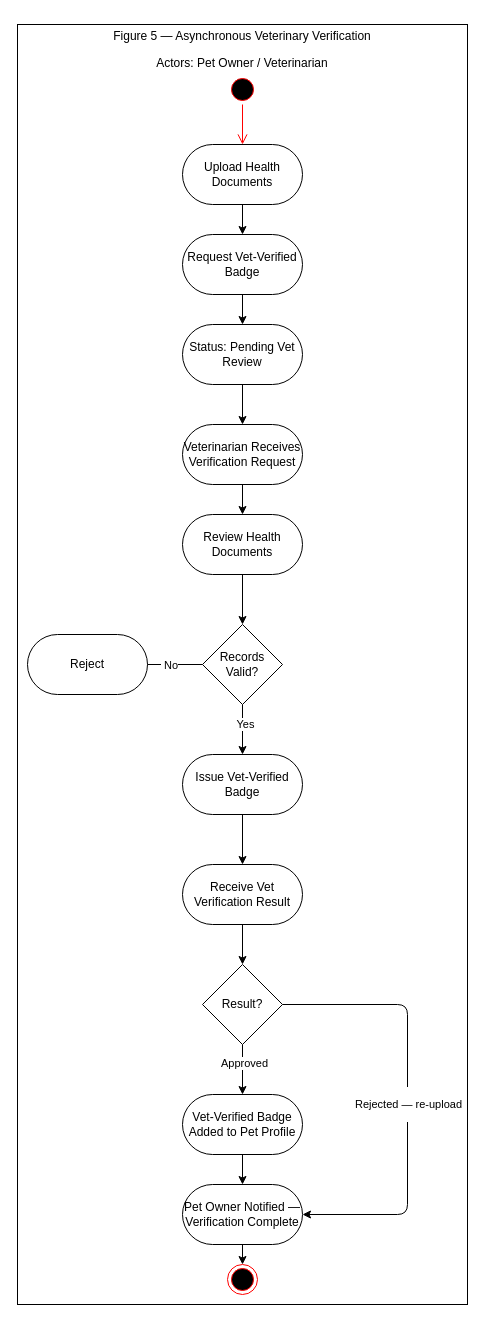
Earlier version of the draw.io diagram ActivityDiagram_Figure5_USALLA.drawio (Chels013/Breedr-Diagrams). Source tidied: cells renumbered, new cells numbered last; positions are measured from the earlier drawing's top-left corner, leaving out a move shared by most shapes. Both pictures are drawn from the tidied source at 100%, with x=0, y=0 at pixel (17, 24).
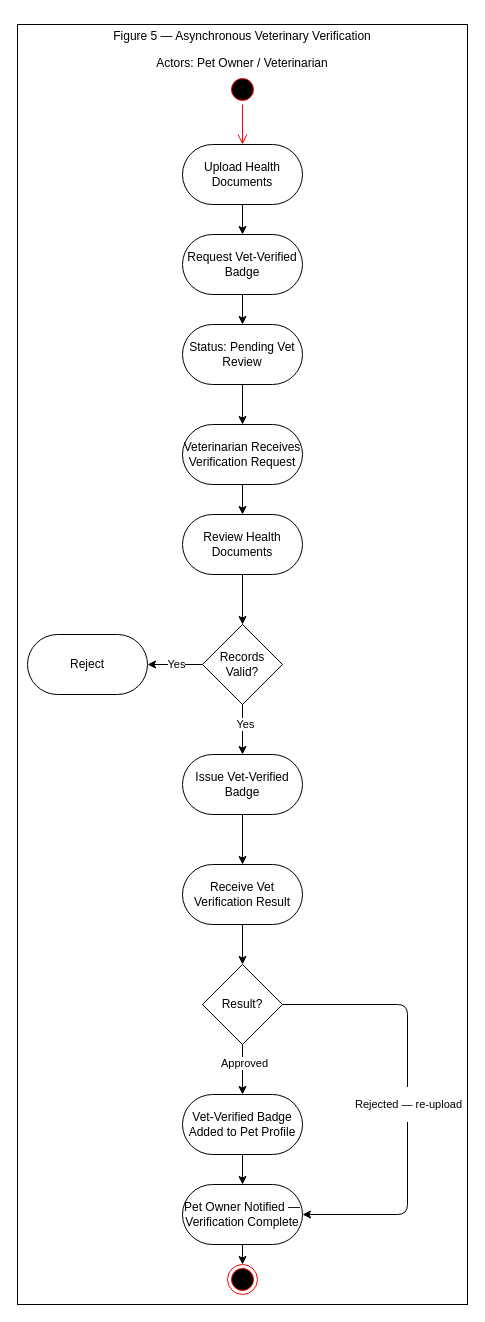
The same page after the edit.

The change refers to these unchanged cells:
```xml
<mxCell id="18" value="&lt;p&gt;Records Valid?&lt;/p&gt;" style="rhombus;whiteSpace=wrap;html=1;" parent="1" vertex="1">
  <mxGeometry x="185" y="600" width="80" height="80" as="geometry" />
</mxCell>
<mxCell id="19" value="&lt;p&gt;Reject&lt;/p&gt;" style="rounded=1;whiteSpace=wrap;html=1;arcSize=50;" parent="1" vertex="1">
  <mxGeometry x="10" y="610" width="120" height="60" as="geometry" />
</mxCell>
```

The edit, as a diff of the source:
```diff
@@
+    <mxCell id="36" style="edgeStyle=none;html=1;" parent="1" edge="1" source="18" target="19">
+      <mxGeometry relative="1" as="geometry" />
+    </mxCell>
+    <mxCell id="37" value="Yes" style="edgeLabel;html=1;align=center;verticalAlign=middle;" parent="36" vertex="1">
+      <mxGeometry x="-0.01" y="-1" relative="1" as="geometry" />
+    </mxCell>
@@
-    <mxCell id="20" style="endArrow=none;html=1;entryX=0;entryY=0.5;entryDx=0;entryDy=0;exitX=1;exitY=0.5;exitDx=0;exitDy=0;" parent="1" edge="1" source="19" target="18">
-      <mxGeometry relative="1" as="geometry" />
-    </mxCell>
-    <mxCell id="21" value="&amp;nbsp;No" style="edgeLabel;html=1;align=center;verticalAlign=middle;" parent="20" vertex="1">
-      <mxGeometry x="-0.24" relative="1" as="geometry" />
-    </mxCell>
```
